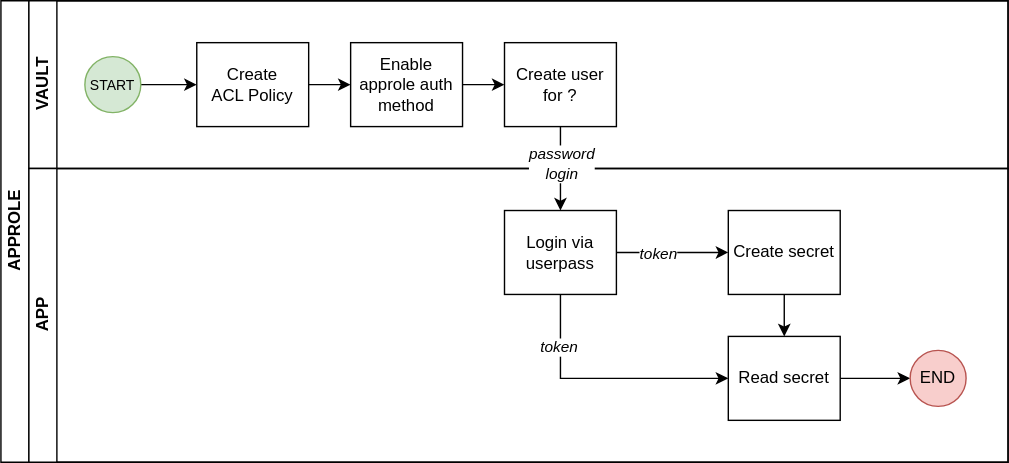
Before: approle.svg, a diagram exported from draw.io (FIR-UIII/VaultLearn). Source tidied: cells renumbered, new cells last; positions are measured from the earlier drawing's top-left corner, leaving out a move shared by most shapes.
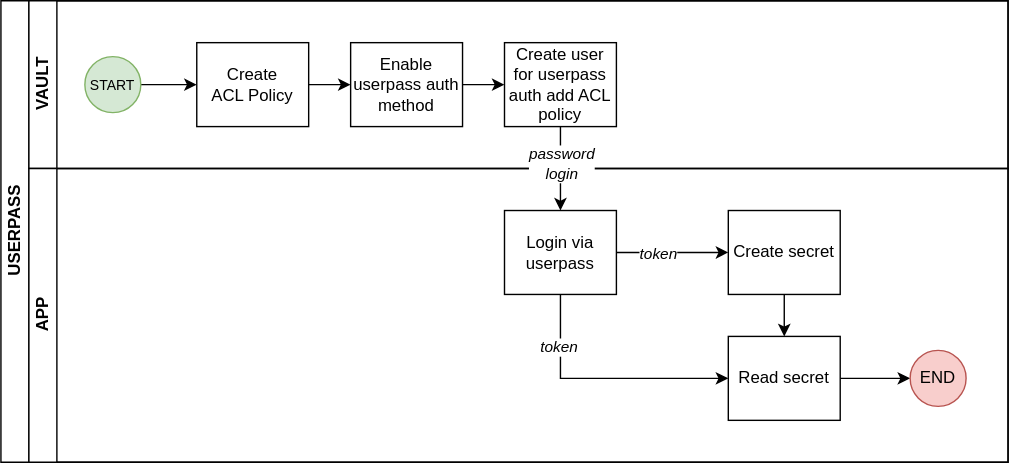
After the commit.

Diff of the diagram source:
```diff
@@ -2,7 +2,7 @@
   <root>
     <mxCell id="0" />
     <mxCell id="1" parent="0" />
-    <mxCell id="2" value="APPROLE" style="swimlane;html=1;horizontal=0;startSize=20;" parent="1" vertex="1">
+    <mxCell id="2" value="USERPASS" style="swimlane;html=1;horizontal=0;startSize=20;" parent="1" vertex="1">
       <mxGeometry width="720" height="330" as="geometry" />
     </mxCell>
     <mxCell id="3" value="VAULT" style="swimlane;html=1;startSize=20;horizontal=0;" parent="2" vertex="1">
@@ -23,10 +23,10 @@
     <mxCell id="8" style="edgeStyle=orthogonalEdgeStyle;rounded=0;jettySize=auto;html=1;" parent="3" edge="1" source="9" target="10">
       <mxGeometry relative="1" as="geometry" />
     </mxCell>
-    <mxCell id="9" value="Enable approle auth method" style="rounded=0;fontFamily=Helvetica;fontSize=12;fontColor=#000000;align=center;whiteSpace=wrap;" parent="3" vertex="1">
+    <mxCell id="9" value="Enable userpass auth method" style="rounded=0;fontFamily=Helvetica;fontSize=12;fontColor=#000000;align=center;whiteSpace=wrap;" parent="3" vertex="1">
       <mxGeometry x="230" y="30" width="80" height="60" as="geometry" />
     </mxCell>
-    <mxCell id="10" value="Create user for ?" style="rounded=0;fontFamily=Helvetica;fontSize=12;fontColor=#000000;align=center;whiteSpace=wrap;" parent="3" vertex="1">
+    <mxCell id="10" value="Create user for userpass auth add ACL policy" style="rounded=0;fontFamily=Helvetica;fontSize=12;fontColor=#000000;align=center;whiteSpace=wrap;" parent="3" vertex="1">
       <mxGeometry x="340" y="30" width="80" height="60" as="geometry" />
     </mxCell>
     <mxCell id="11" value="APP" style="swimlane;html=1;startSize=20;horizontal=0;" parent="2" vertex="1">
```
